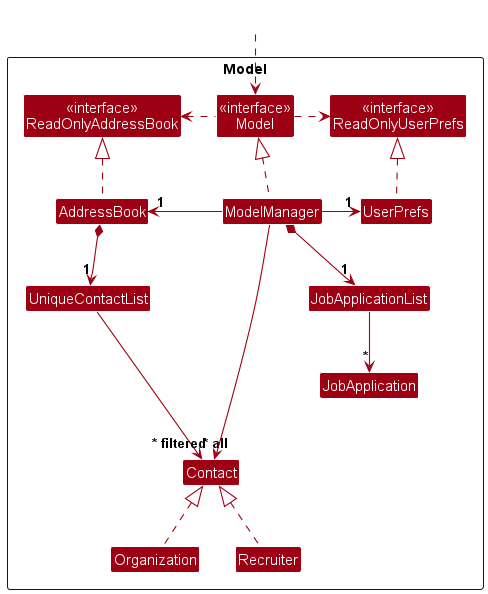
Earlier version of the PlantUML export docs/images/ModelClassDiagram.png (wxwern/cs2103t-tp).
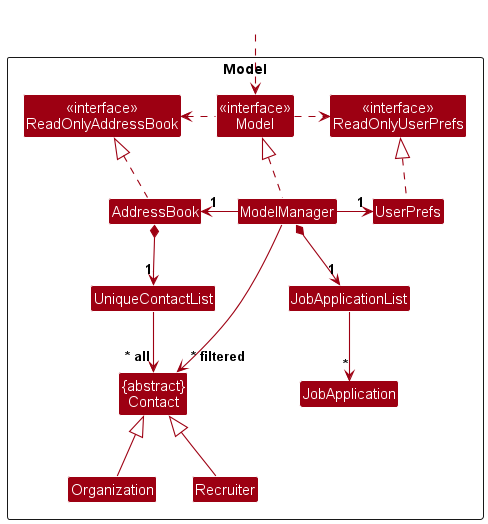
After the commit.

Commit message:
Fix lines in Model diagram

What changed in the source:
```diff
@@ -13,7 +13,7 @@
 Class UserPrefs
 
 Class UniqueContactList
-Class Contact
+Class "{abstract}\nContact" as Contact
 Class Organization
 Class Recruiter
 
@@ -42,10 +42,9 @@
 JobApplicationList -down-> "*" JobApplication
 
 Contact -[hidden]up--> I
-UniqueContactList -[hidden]right-> I
 
-Organization .up.|> Contact
-Recruiter .up.|> Contact
+Organization -up-|> Contact
+Recruiter -up-|> Contact
 
 ModelManager --> "~* filtered" Contact
 @enduml
```
